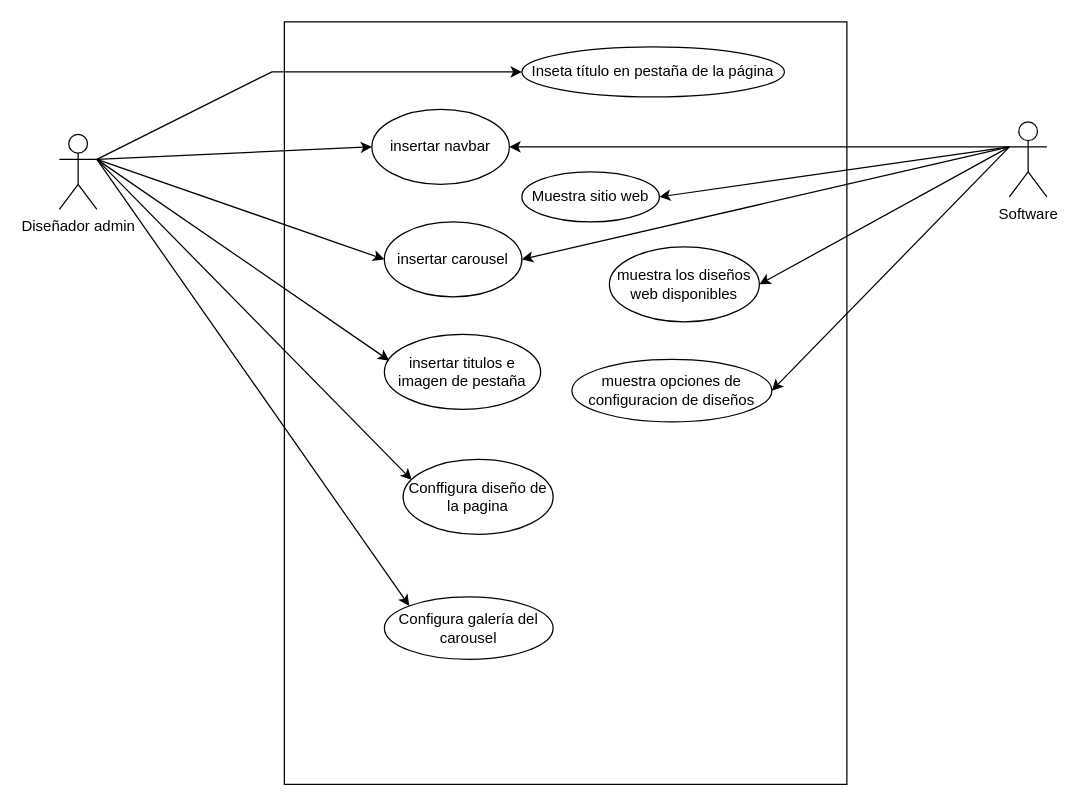
This is Software_design_web/diagram/Diagrama_caso_uso.drawio from codemiguel-dev/javascript_nativo, a draw.io file, before an edit. Source tidied: cells renumbered, new cells numbered last; positions are measured from the earlier drawing's top-left corner, leaving out a move shared by most shapes. Both pictures are drawn from the tidied source at 125%, with x=0, y=0 at pixel (59, 21).
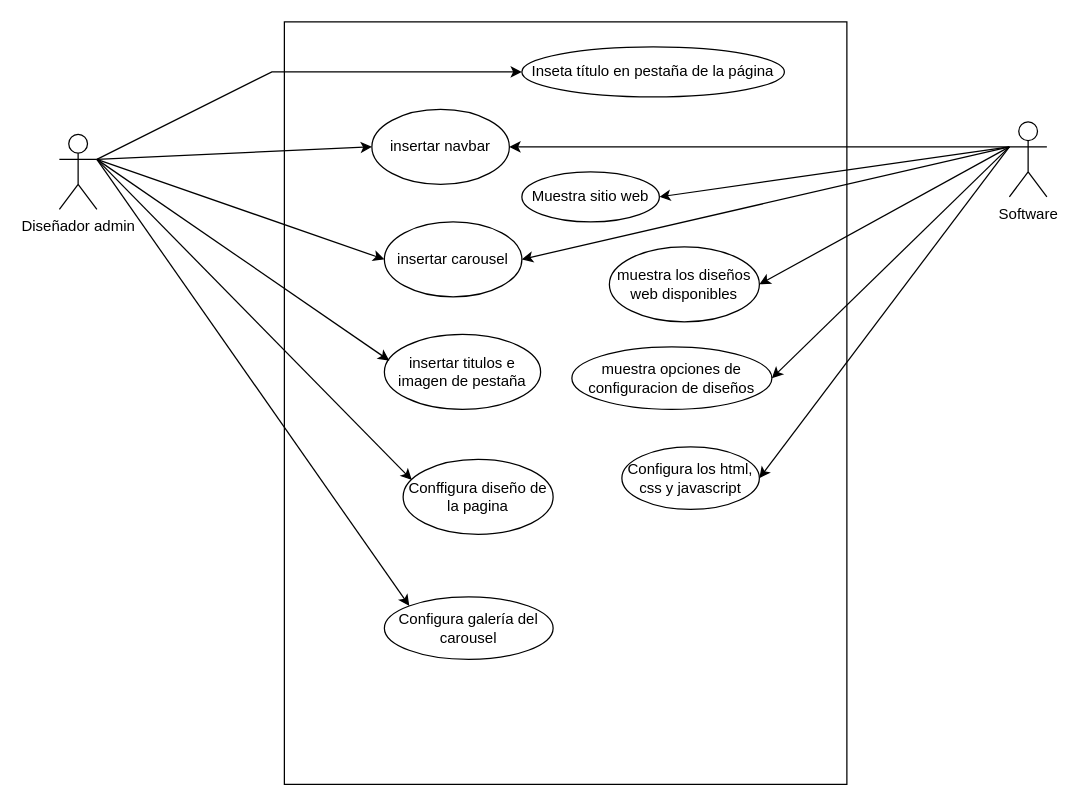
The same diagram, later.

Unchanged cells that the change refers to:
```xml
<mxCell id="4" value="Software&lt;div&gt;&lt;br&gt;&lt;/div&gt;" style="shape=umlActor;verticalLabelPosition=bottom;verticalAlign=top;html=1;outlineConnect=0;" parent="1" vertex="1">
  <mxGeometry x="760" y="80" width="30" height="60" as="geometry" />
</mxCell>
```

The edit, as a diff of the source:
```diff
@@
     <mxCell id="15" value="muestra opciones de configuracion de diseños" style="ellipse;whiteSpace=wrap;html=1;" parent="1" vertex="1">
-      <mxGeometry x="410" y="270" width="160" height="50" as="geometry" />
+      <mxGeometry x="410" y="260" width="160" height="50" as="geometry" />
     </mxCell>
@@
+    <mxCell id="25" value="Configura los html, css y javascript" style="ellipse;whiteSpace=wrap;html=1;" parent="1" vertex="1">
+      <mxGeometry x="450" y="340" width="110" height="50" as="geometry" />
+    </mxCell>
+    <mxCell id="26" style="endArrow=classic;html=1;rounded=0;exitX=0;exitY=0.3333333333333333;exitDx=0;exitDy=0;exitPerimeter=0;entryX=1;entryY=0.5;entryDx=0;entryDy=0;" parent="1" edge="1" source="4" target="25">
+      <mxGeometry relative="1" as="geometry" />
+    </mxCell>
```
